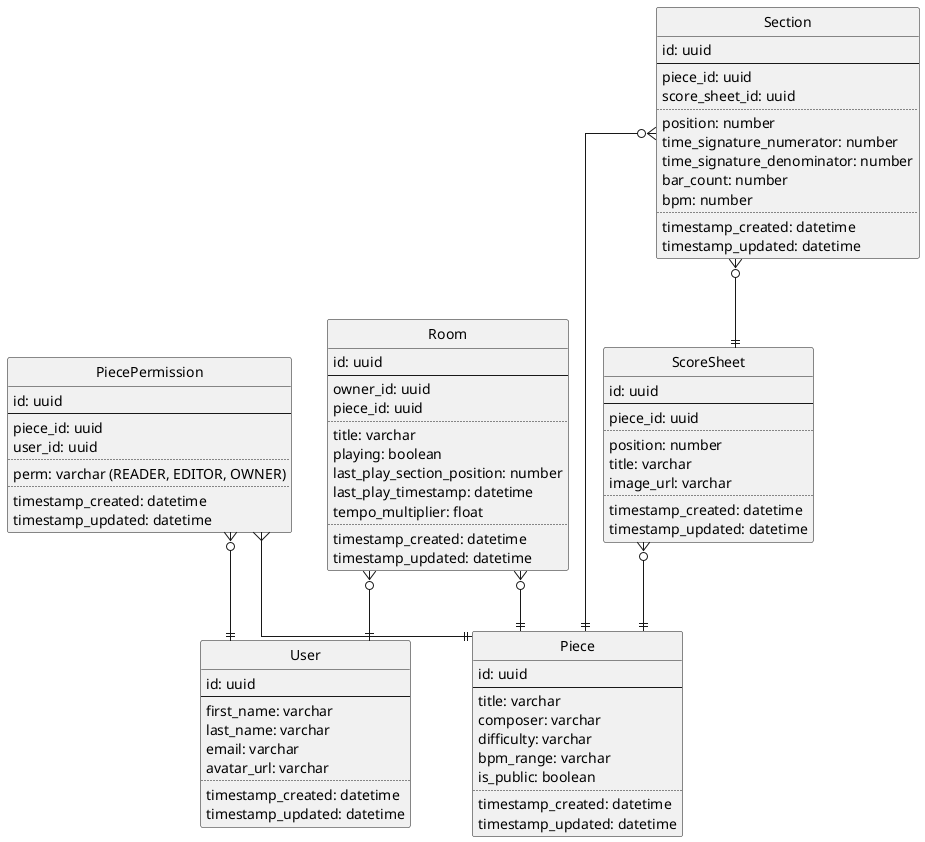
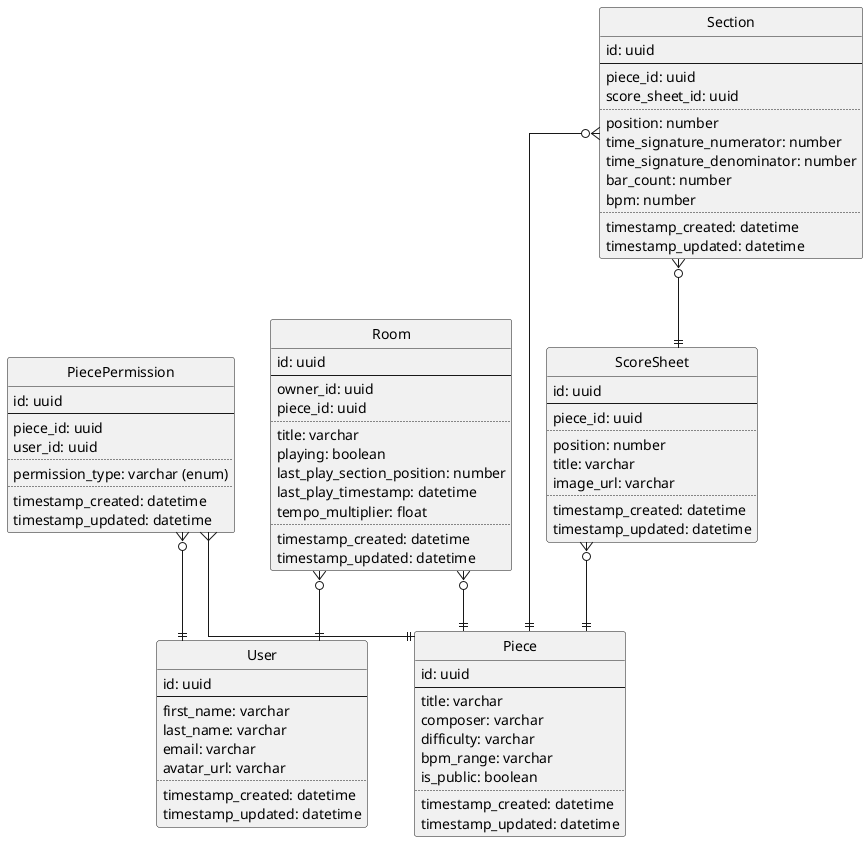
@startuml
'https://plantuml.com/class-diagram

' configuration
hide circle
skinparam linetype ortho

' User model
entity "User" as user {
  id: uuid
  --
  first_name: varchar
  last_name: varchar
  email: varchar
  avatar_url: varchar
  ..
  timestamp_created: datetime
  timestamp_updated: datetime
}

' Piece model
entity "Piece" as piece {
  id: uuid
  --
  title: varchar
  composer: varchar
  difficulty: varchar
  bpm_range: varchar
  is_public: boolean
  ..
  timestamp_created: datetime
  timestamp_updated: datetime
}

' ScoreSheet model
entity "ScoreSheet" as scoresheet {
  id: uuid
  --
  piece_id: uuid
  ..
  position: number
  title: varchar
  image_url: varchar
  ..
  timestamp_created: datetime
  timestamp_updated: datetime
}

' Section model
entity "Section" as section {
  id: uuid
  --
  piece_id: uuid
  score_sheet_id: uuid
  ..
  position: number
  time_signature_numerator: number
  time_signature_denominator: number
  bar_count: number
  bpm: number
  ..
  timestamp_created: datetime
  timestamp_updated: datetime
}

' PiecePermission model
entity "PiecePermission" as piecepermission {
  id: uuid
  --
  piece_id: uuid
  user_id: uuid
  ..
-   perm: varchar (READER, EDITOR, OWNER)
+   permission_type: varchar (enum)
  ..
  timestamp_created: datetime
  timestamp_updated: datetime
}

' Room model
entity "Room" as room {
  id: uuid
  --
  owner_id: uuid
  piece_id: uuid
  ..
  title: varchar
  playing: boolean
  last_play_section_position: number
  last_play_timestamp: datetime
  tempo_multiplier: float
  ..
  timestamp_created: datetime
  timestamp_updated: datetime
}

' Relationships
scoresheet }o--|| piece
section }o--|| piece
section }o--|| scoresheet
piecepermission }o--|| user
piecepermission }--|| piece
room }o--|| user
room }o--|| piece

@enduml